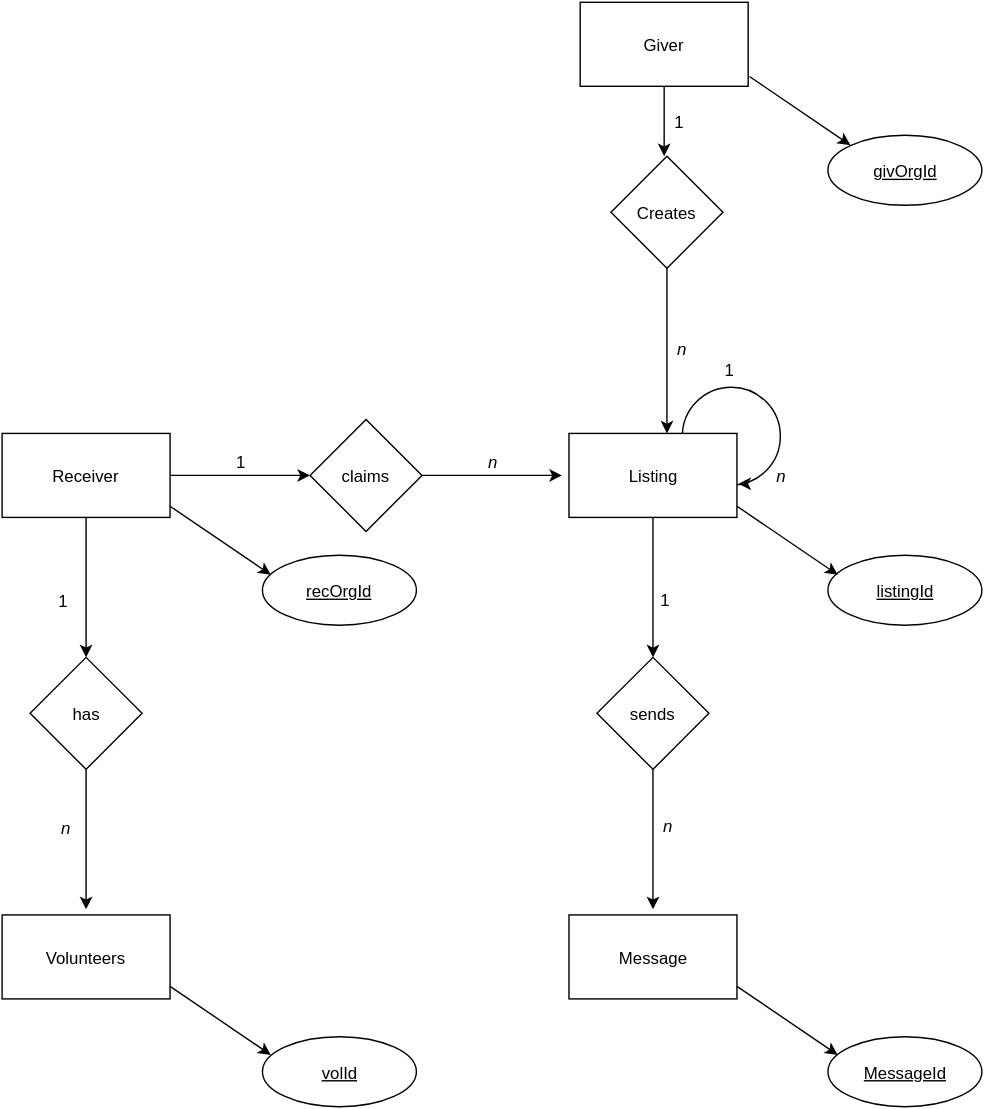
This is public_html/documentation/image/erd-simple-1w-xml.svg from brbrown59/bread-basket, a draw.io export, as it was before one commit. Source tidied: cells renumbered, new cells last; positions are measured from the earlier drawing's top-left corner, leaving out a move shared by most shapes. Source of this version:
```xml
<mxGraphModel background="#ffffff">
  <root>
    <mxCell id="0" />
    <mxCell id="1" parent="0" />
    <mxCell id="2" value="&lt;i&gt;n&lt;/i&gt;" style="text;html=1;strokeColor=none;fillColor=none;align=center;verticalAlign=middle;whiteSpace=wrap;overflow=hidden;" parent="1" vertex="1">
      <mxGeometry x="465" y="237" width="40" height="20" as="geometry" />
    </mxCell>
    <mxCell id="3" style="edgeStyle=orthogonalEdgeStyle;rounded=0;html=1;" parent="1" edge="1" source="5">
      <mxGeometry relative="1" as="geometry">
        <mxPoint x="60" y="468" as="targetPoint" />
      </mxGeometry>
    </mxCell>
    <mxCell id="4" style="edgeStyle=orthogonalEdgeStyle;rounded=0;html=1;" parent="1" edge="1" source="5">
      <mxGeometry relative="1" as="geometry">
        <mxPoint x="220" y="338" as="targetPoint" />
      </mxGeometry>
    </mxCell>
    <mxCell id="5" value="Receiver" style="whiteSpace=wrap;html=1;" parent="1" vertex="1">
      <mxGeometry y="308" width="120" height="60" as="geometry" />
    </mxCell>
    <mxCell id="6" style="edgeStyle=orthogonalEdgeStyle;rounded=0;html=1;" parent="1" edge="1" source="7">
      <mxGeometry relative="1" as="geometry">
        <mxPoint x="60" y="648" as="targetPoint" />
      </mxGeometry>
    </mxCell>
    <mxCell id="7" value="has" style="rhombus;whiteSpace=wrap;html=1;" parent="1" vertex="1">
      <mxGeometry x="20" y="468" width="80" height="80" as="geometry" />
    </mxCell>
    <mxCell id="8" value="Volunteers" style="whiteSpace=wrap;html=1;" parent="1" vertex="1">
      <mxGeometry y="652" width="120" height="60" as="geometry" />
    </mxCell>
    <mxCell id="9" style="edgeStyle=orthogonalEdgeStyle;rounded=0;html=1;" parent="1" edge="1" source="10">
      <mxGeometry relative="1" as="geometry">
        <mxPoint x="400" y="338" as="targetPoint" />
      </mxGeometry>
    </mxCell>
    <mxCell id="10" value="claims" style="rhombus;whiteSpace=wrap;html=1;" parent="1" vertex="1">
      <mxGeometry x="220" y="298" width="80" height="80" as="geometry" />
    </mxCell>
    <mxCell id="11" style="edgeStyle=orthogonalEdgeStyle;rounded=0;html=1;" parent="1" edge="1" source="17">
      <mxGeometry relative="1" as="geometry">
        <mxPoint x="465" y="468" as="targetPoint" />
      </mxGeometry>
    </mxCell>
    <mxCell id="12" style="edgeStyle=orthogonalEdgeStyle;rounded=0;html=1;" parent="1" edge="1" source="13">
      <mxGeometry relative="1" as="geometry">
        <mxPoint x="465" y="648" as="targetPoint" />
      </mxGeometry>
    </mxCell>
    <mxCell id="13" value="sends" style="rhombus;whiteSpace=wrap;html=1;" parent="1" vertex="1">
      <mxGeometry x="425" y="468" width="80" height="80" as="geometry" />
    </mxCell>
    <mxCell id="14" value="Message" style="whiteSpace=wrap;html=1;" parent="1" vertex="1">
      <mxGeometry x="405" y="652" width="120" height="60" as="geometry" />
    </mxCell>
    <mxCell id="15" style="ellipse;whiteSpace=wrap;html=1;" parent="1" vertex="1">
      <mxGeometry x="486" y="275" width="70" height="70" as="geometry" />
    </mxCell>
    <mxCell id="16" style="edgeStyle=orthogonalEdgeStyle;rounded=0;html=1;startArrow=classic;startFill=1;endArrow=none;endFill=0;" parent="1" edge="1">
      <mxGeometry relative="1" as="geometry">
        <mxPoint x="475" y="308" as="sourcePoint" />
        <mxPoint x="475" y="183" as="targetPoint" />
      </mxGeometry>
    </mxCell>
    <mxCell id="17" value="Listing" style="whiteSpace=wrap;html=1;" parent="1" vertex="1">
      <mxGeometry x="405" y="308" width="120" height="60" as="geometry" />
    </mxCell>
    <mxCell id="18" value="1" style="text;html=1;strokeColor=none;fillColor=none;align=center;verticalAlign=middle;whiteSpace=wrap;overflow=hidden;" parent="1" vertex="1">
      <mxGeometry x="499" y="252" width="40" height="20" as="geometry" />
    </mxCell>
    <mxCell id="19" value="&lt;i&gt;n&lt;/i&gt;" style="text;html=1;strokeColor=none;fillColor=none;align=center;verticalAlign=middle;whiteSpace=wrap;overflow=hidden;" parent="1" vertex="1">
      <mxGeometry x="536" y="328" width="40" height="20" as="geometry" />
    </mxCell>
    <mxCell id="20" value="1" style="text;html=1;strokeColor=none;fillColor=none;align=center;verticalAlign=middle;whiteSpace=wrap;overflow=hidden;" parent="1" vertex="1">
      <mxGeometry x="453" y="416" width="40" height="20" as="geometry" />
    </mxCell>
    <mxCell id="21" value="&lt;i&gt;n&lt;/i&gt;" style="text;html=1;strokeColor=none;fillColor=none;align=center;verticalAlign=middle;whiteSpace=wrap;overflow=hidden;" parent="1" vertex="1">
      <mxGeometry x="455" y="578" width="40" height="20" as="geometry" />
    </mxCell>
    <mxCell id="22" value="1" style="text;html=1;strokeColor=none;fillColor=none;align=center;verticalAlign=middle;whiteSpace=wrap;overflow=hidden;" parent="1" vertex="1">
      <mxGeometry x="150" y="318" width="40" height="20" as="geometry" />
    </mxCell>
    <mxCell id="23" value="&lt;i&gt;n&lt;/i&gt;" style="text;html=1;strokeColor=none;fillColor=none;align=center;verticalAlign=middle;whiteSpace=wrap;overflow=hidden;" parent="1" vertex="1">
      <mxGeometry x="330" y="318" width="40" height="20" as="geometry" />
    </mxCell>
    <mxCell id="24" value="1" style="text;html=1;strokeColor=none;fillColor=none;align=center;verticalAlign=middle;whiteSpace=wrap;overflow=hidden;" parent="1" vertex="1">
      <mxGeometry x="23" y="417" width="40" height="20" as="geometry" />
    </mxCell>
    <mxCell id="25" value="&lt;i&gt;n&lt;/i&gt;" style="text;html=1;strokeColor=none;fillColor=none;align=center;verticalAlign=middle;whiteSpace=wrap;overflow=hidden;" parent="1" vertex="1">
      <mxGeometry x="25" y="579" width="40" height="20" as="geometry" />
    </mxCell>
    <mxCell id="26" style="edgeStyle=orthogonalEdgeStyle;rounded=0;html=1;" parent="1" edge="1" source="27">
      <mxGeometry relative="1" as="geometry">
        <mxPoint x="473" y="110" as="targetPoint" />
      </mxGeometry>
    </mxCell>
    <mxCell id="27" value="Giver" style="whiteSpace=wrap;html=1;" parent="1" vertex="1">
      <mxGeometry x="413" width="120" height="60" as="geometry" />
    </mxCell>
    <mxCell id="28" value="Creates" style="rhombus;whiteSpace=wrap;html=1;" parent="1" vertex="1">
      <mxGeometry x="435" y="110" width="80" height="80" as="geometry" />
    </mxCell>
    <mxCell id="29" value="1" style="text;html=1;strokeColor=none;fillColor=none;align=center;verticalAlign=middle;whiteSpace=wrap;overflow=hidden;" parent="1" vertex="1">
      <mxGeometry x="463" y="75" width="40" height="20" as="geometry" />
    </mxCell>
    <mxCell id="30" style="endArrow=classic;html=1;exitX=0;exitY=0.75;" parent="1" edge="1">
      <mxGeometry relative="1" as="geometry">
        <mxPoint x="532" y="344" as="sourcePoint" />
        <mxPoint x="526" y="344" as="targetPoint" />
      </mxGeometry>
    </mxCell>
    <mxCell id="31" value="&lt;u&gt;givOrgId&lt;/u&gt;" style="ellipse;whiteSpace=wrap;html=1;" parent="1" vertex="1">
      <mxGeometry x="590" y="95" width="110" height="50" as="geometry" />
    </mxCell>
    <mxCell id="32" value="&lt;u&gt;recOrgId&lt;/u&gt;" style="ellipse;whiteSpace=wrap;html=1;" parent="1" vertex="1">
      <mxGeometry x="186" y="395" width="110" height="50" as="geometry" />
    </mxCell>
    <mxCell id="33" value="&lt;u&gt;listingId&lt;/u&gt;" style="ellipse;whiteSpace=wrap;html=1;" parent="1" vertex="1">
      <mxGeometry x="590" y="395" width="110" height="50" as="geometry" />
    </mxCell>
    <mxCell id="34" value="&lt;u&gt;volId&lt;/u&gt;" style="ellipse;whiteSpace=wrap;html=1;" parent="1" vertex="1">
      <mxGeometry x="186" y="739" width="110" height="50" as="geometry" />
    </mxCell>
    <mxCell id="35" value="&lt;u&gt;MessageId&lt;/u&gt;" style="ellipse;whiteSpace=wrap;html=1;" parent="1" vertex="1">
      <mxGeometry x="590" y="739" width="110" height="50" as="geometry" />
    </mxCell>
    <mxCell id="36" style="endArrow=classic;html=1;entryX=0;entryY=0;" parent="1" edge="1" target="31">
      <mxGeometry relative="1" as="geometry">
        <mxPoint x="534" y="53" as="sourcePoint" />
      </mxGeometry>
    </mxCell>
    <mxCell id="37" style="endArrow=classic;html=1;entryX=0;entryY=0;" parent="1" edge="1">
      <mxGeometry relative="1" as="geometry">
        <mxPoint x="525" y="360" as="sourcePoint" />
        <mxPoint x="597" y="409" as="targetPoint" />
      </mxGeometry>
    </mxCell>
    <mxCell id="38" style="endArrow=classic;html=1;entryX=0;entryY=0;" parent="1" edge="1">
      <mxGeometry relative="1" as="geometry">
        <mxPoint x="525" y="703" as="sourcePoint" />
        <mxPoint x="597" y="752" as="targetPoint" />
      </mxGeometry>
    </mxCell>
    <mxCell id="39" style="endArrow=classic;html=1;entryX=0;entryY=0;" parent="1" edge="1">
      <mxGeometry relative="1" as="geometry">
        <mxPoint x="120" y="360" as="sourcePoint" />
        <mxPoint x="192" y="409" as="targetPoint" />
      </mxGeometry>
    </mxCell>
    <mxCell id="40" style="endArrow=classic;html=1;entryX=0;entryY=0;" parent="1" edge="1">
      <mxGeometry relative="1" as="geometry">
        <mxPoint x="120" y="703" as="sourcePoint" />
        <mxPoint x="192" y="752" as="targetPoint" />
      </mxGeometry>
    </mxCell>
  </root>
</mxGraphModel>
```
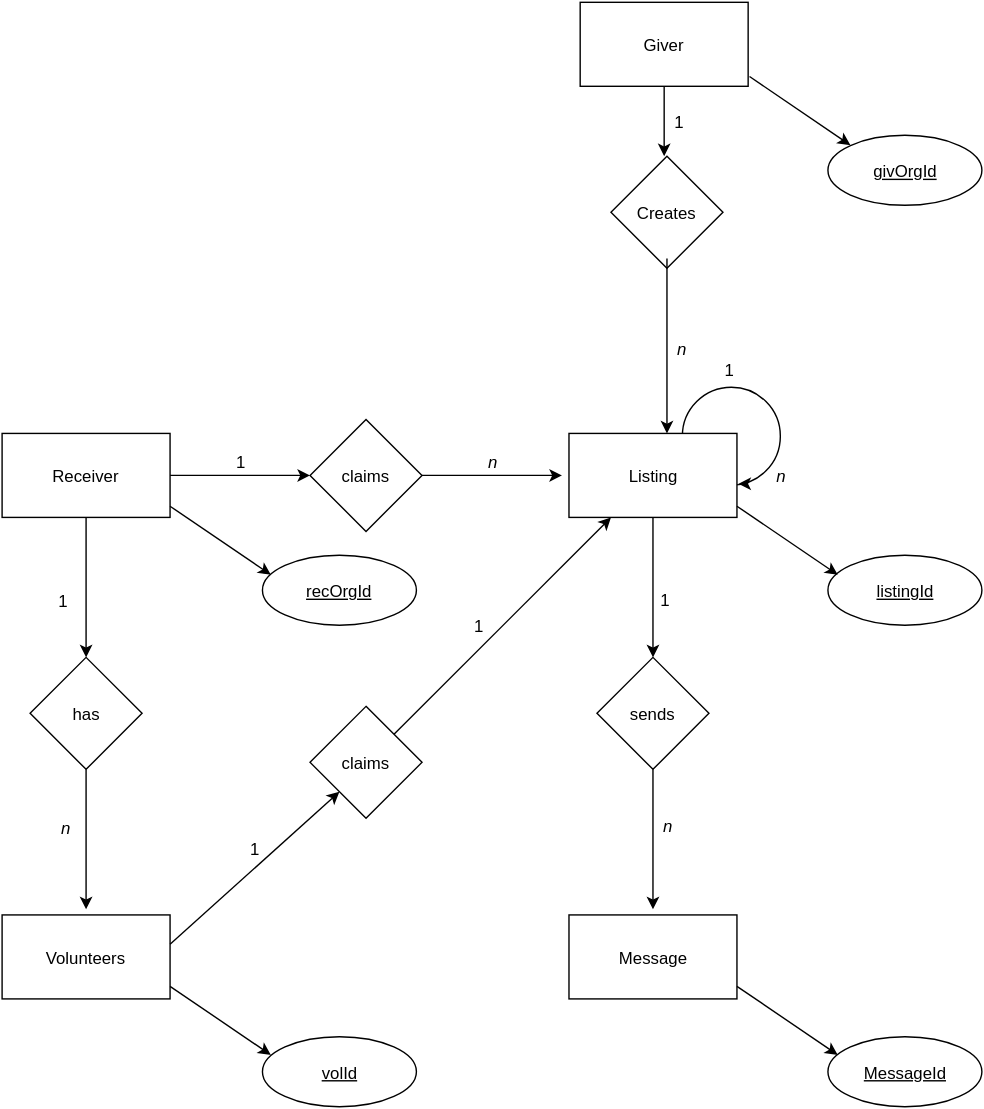
Later version of the same file.

Commit message:
New ERD with volunteer to message connected.

The edit, as a diff of the source:
```diff
@@ -56,12 +56,6 @@
     <mxCell id="15" style="ellipse;whiteSpace=wrap;html=1;" parent="1" vertex="1">
       <mxGeometry x="486" y="275" width="70" height="70" as="geometry" />
     </mxCell>
-    <mxCell id="16" style="edgeStyle=orthogonalEdgeStyle;rounded=0;html=1;startArrow=classic;startFill=1;endArrow=none;endFill=0;" parent="1" edge="1">
-      <mxGeometry relative="1" as="geometry">
-        <mxPoint x="475" y="308" as="sourcePoint" />
-        <mxPoint x="475" y="183" as="targetPoint" />
-      </mxGeometry>
-    </mxCell>
     <mxCell id="17" value="Listing" style="whiteSpace=wrap;html=1;" parent="1" vertex="1">
       <mxGeometry x="405" y="308" width="120" height="60" as="geometry" />
     </mxCell>
@@ -153,5 +147,31 @@
         <mxPoint x="192" y="752" as="targetPoint" />
       </mxGeometry>
     </mxCell>
+    <mxCell id="16" style="edgeStyle=orthogonalEdgeStyle;rounded=0;html=1;startArrow=classic;startFill=1;endArrow=none;endFill=0;" parent="1" edge="1">
+      <mxGeometry relative="1" as="geometry">
+        <mxPoint x="475" y="308" as="sourcePoint" />
+        <mxPoint x="475" y="183" as="targetPoint" />
+      </mxGeometry>
+    </mxCell>
+    <mxCell id="41" value="claims" style="rhombus;whiteSpace=wrap;html=1;" parent="1" vertex="1">
+      <mxGeometry x="220" y="503" width="80" height="80" as="geometry" />
+    </mxCell>
+    <mxCell id="42" value="1" style="text;html=1;strokeColor=none;fillColor=none;align=center;verticalAlign=middle;whiteSpace=wrap;overflow=hidden;" parent="1" vertex="1">
+      <mxGeometry x="160" y="594" width="40" height="20" as="geometry" />
+    </mxCell>
+    <mxCell id="43" style="endArrow=classic;html=1;" parent="1" edge="1">
+      <mxGeometry relative="1" as="geometry">
+        <mxPoint x="120" y="673" as="sourcePoint" />
+        <mxPoint x="241" y="564" as="targetPoint" />
+      </mxGeometry>
+    </mxCell>
+    <mxCell id="44" style="endArrow=classic;html=1;" parent="1" edge="1" target="17">
+      <mxGeometry relative="1" as="geometry">
+        <mxPoint x="280" y="523" as="sourcePoint" />
+      </mxGeometry>
+    </mxCell>
+    <mxCell id="45" value="1" style="text;html=1;strokeColor=none;fillColor=none;align=center;verticalAlign=middle;whiteSpace=wrap;overflow=hidden;" parent="1" vertex="1">
+      <mxGeometry x="320" y="435" width="40" height="20" as="geometry" />
+    </mxCell>
   </root>
 </mxGraphModel>
```
